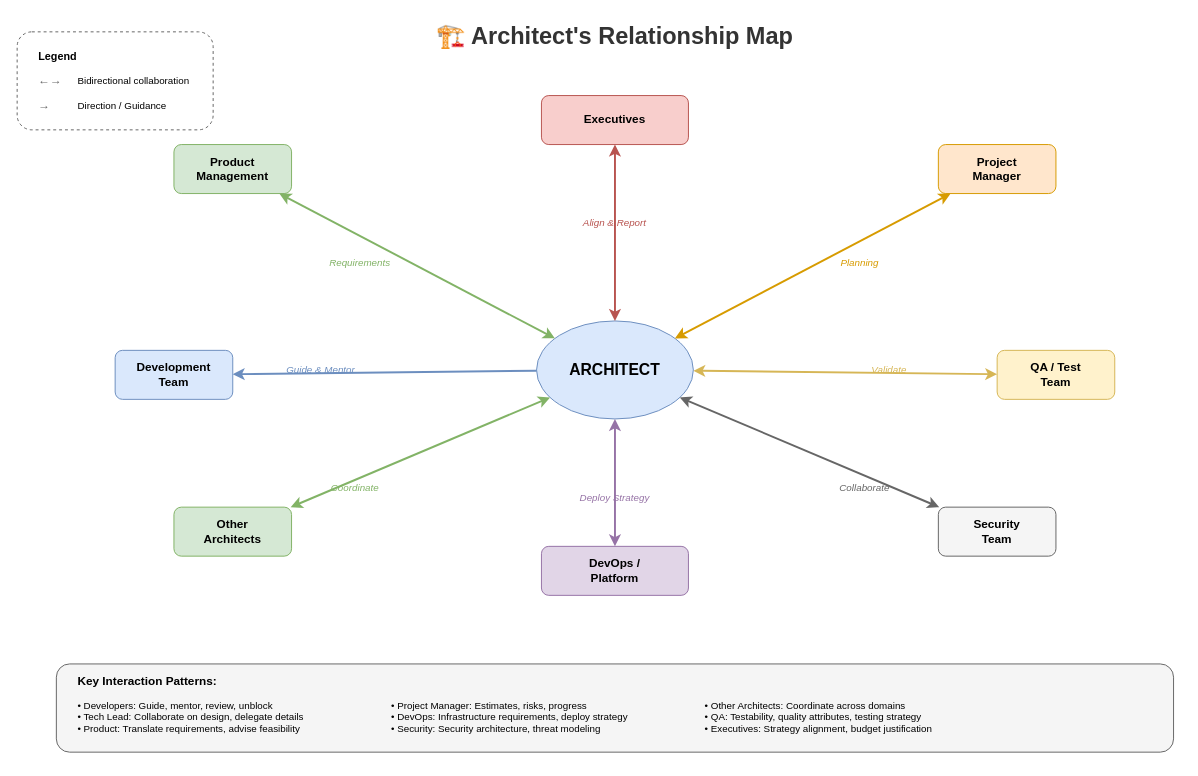
Above: lesson-00-software-architect-overview/02-organizational-positioning/2.5-relationship-map.drawio in MrParkerZ7/document-lesson-software-architect-x-claude (draw.io), before the change. Source tidied: cells renumbered, new cells numbered last; positions are measured from the earlier drawing's top-left corner, leaving out a move shared by most shapes. Both pictures are drawn from the tidied source at 98%, with x=0, y=0 at pixel (17, 17).
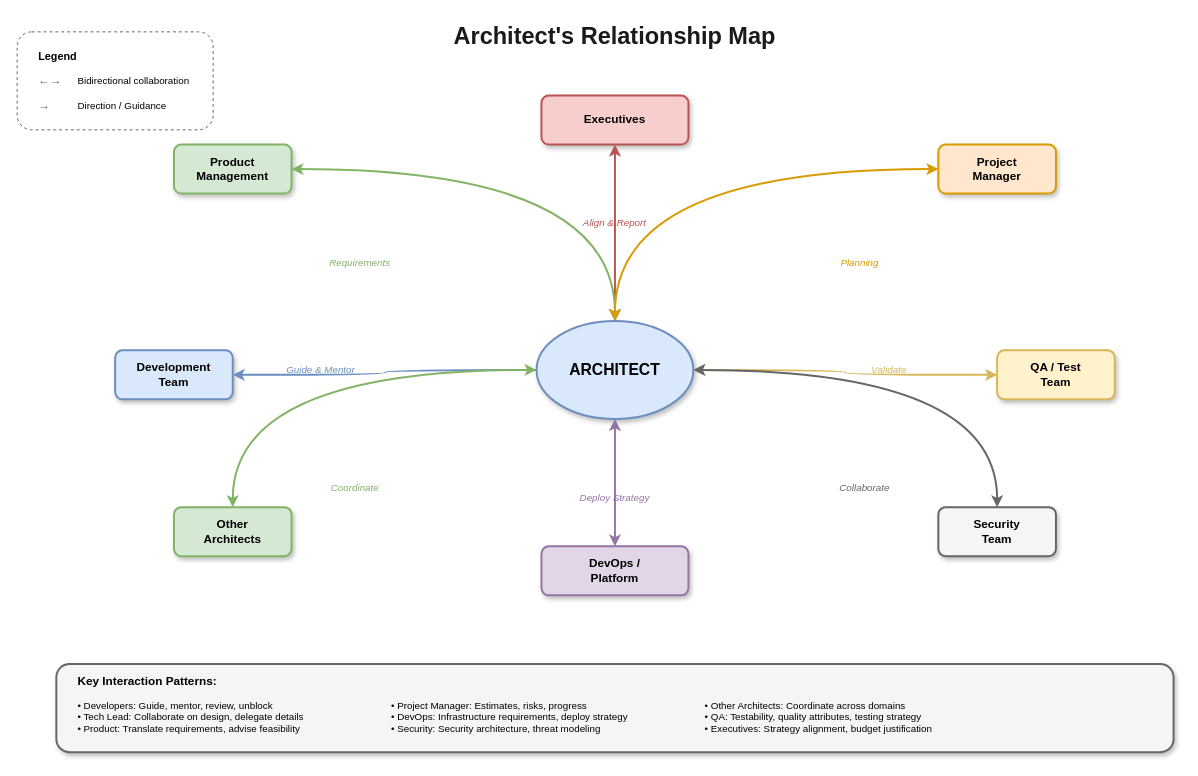
Above is the later version.

What changed in the source:
```diff
@@
-    <mxCell id="2" value="🏗️ Architect's Relationship Map" style="text;html=1;strokeColor=none;fillColor=none;align=center;verticalAlign=middle;whiteSpace=wrap;rounded=0;fontSize=24;fontStyle=1;fontColor=#333333;" parent="1" vertex="1">
+    <mxCell id="2" value="Architect's Relationship Map" style="text;html=1;strokeColor=none;fillColor=none;align=center;verticalAlign=middle;whiteSpace=wrap;rounded=0;fontSize=24;fontStyle=1;fontColor=#1a1a1a;" parent="1" vertex="1">
       <mxGeometry x="410" width="400" height="40" as="geometry" />
     </mxCell>
-    <mxCell id="3" value="ARCHITECT" style="ellipse;whiteSpace=wrap;html=1;fillColor=#dae8fc;strokeColor=#6c8ebf;fontSize=16;fontStyle=1;" parent="1" vertex="1">
+    <mxCell id="3" value="ARCHITECT" style="ellipse;whiteSpace=wrap;html=1;fillColor=#dae8fc;strokeColor=#6c8ebf;fontSize=16;fontStyle=1;shadow=1;strokeWidth=2;" parent="1" vertex="1">
       <mxGeometry x="530" y="310" width="160" height="100" as="geometry" />
     </mxCell>
-    <mxCell id="4" value="Executives" style="rounded=1;whiteSpace=wrap;html=1;fillColor=#f8cecc;strokeColor=#b85450;fontSize=12;fontStyle=1;" parent="1" vertex="1">
+    <mxCell id="4" value="Executives" style="rounded=1;whiteSpace=wrap;html=1;fillColor=#f8cecc;strokeColor=#b85450;fontSize=12;fontStyle=1;shadow=1;strokeWidth=2;" parent="1" vertex="1">
       <mxGeometry x="535" y="80" width="150" height="50" as="geometry" />
     </mxCell>
@@
-    <mxCell id="6" style="edgeStyle=none;rounded=0;html=1;strokeColor=#b85450;strokeWidth=2;endArrow=classic;startArrow=classic;" parent="1" edge="1" source="4" target="3">
+    <mxCell id="6" style="edgeStyle=orthogonalEdgeStyle;curved=1;rounded=1;html=1;strokeColor=#b85450;strokeWidth=2;endArrow=classic;startArrow=classic;jumpStyle=arc;jumpSize=10;" parent="1" edge="1" source="4" target="3">
       <mxGeometry relative="1" as="geometry" />
     </mxCell>
-    <mxCell id="7" value="Product&#10;Management" style="rounded=1;whiteSpace=wrap;html=1;fillColor=#d5e8d4;strokeColor=#82b366;fontSize=12;fontStyle=1;" parent="1" vertex="1">
+    <mxCell id="7" value="Product&#10;Management" style="rounded=1;whiteSpace=wrap;html=1;fillColor=#d5e8d4;strokeColor=#82b366;fontSize=12;fontStyle=1;shadow=1;strokeWidth=2;" parent="1" vertex="1">
       <mxGeometry x="160" y="130" width="120" height="50" as="geometry" />
     </mxCell>
@@
-    <mxCell id="9" style="edgeStyle=none;rounded=0;html=1;strokeColor=#82b366;strokeWidth=2;endArrow=classic;startArrow=classic;" parent="1" edge="1" source="7" target="3">
+    <mxCell id="9" style="edgeStyle=orthogonalEdgeStyle;curved=1;rounded=1;html=1;strokeColor=#82b366;strokeWidth=2;endArrow=classic;startArrow=classic;jumpStyle=arc;jumpSize=10;" parent="1" edge="1" source="7" target="3">
       <mxGeometry relative="1" as="geometry" />
     </mxCell>
-    <mxCell id="10" value="Project&#10;Manager" style="rounded=1;whiteSpace=wrap;html=1;fillColor=#ffe6cc;strokeColor=#d79b00;fontSize=12;fontStyle=1;" parent="1" vertex="1">
+    <mxCell id="10" value="Project&#10;Manager" style="rounded=1;whiteSpace=wrap;html=1;fillColor=#ffe6cc;strokeColor=#d79b00;fontSize=12;fontStyle=1;shadow=1;strokeWidth=2;" parent="1" vertex="1">
       <mxGeometry x="940" y="130" width="120" height="50" as="geometry" />
     </mxCell>
@@
-    <mxCell id="12" style="edgeStyle=none;rounded=0;html=1;strokeColor=#d79b00;strokeWidth=2;endArrow=classic;startArrow=classic;" parent="1" edge="1" source="10" target="3">
+    <mxCell id="12" style="edgeStyle=orthogonalEdgeStyle;curved=1;rounded=1;html=1;strokeColor=#d79b00;strokeWidth=2;endArrow=classic;startArrow=classic;jumpStyle=arc;jumpSize=10;" parent="1" edge="1" source="10" target="3">
       <mxGeometry relative="1" as="geometry" />
     </mxCell>
-    <mxCell id="13" value="Development&#10;Team" style="rounded=1;whiteSpace=wrap;html=1;fillColor=#dae8fc;strokeColor=#6c8ebf;fontSize=12;fontStyle=1;" parent="1" vertex="1">
+    <mxCell id="13" value="Development&#10;Team" style="rounded=1;whiteSpace=wrap;html=1;fillColor=#dae8fc;strokeColor=#6c8ebf;fontSize=12;fontStyle=1;shadow=1;strokeWidth=2;" parent="1" vertex="1">
       <mxGeometry x="100" y="340" width="120" height="50" as="geometry" />
     </mxCell>
@@
-    <mxCell id="15" style="edgeStyle=none;rounded=0;html=1;strokeColor=#6c8ebf;strokeWidth=2;endArrow=classic;" parent="1" edge="1" source="3" target="13">
+    <mxCell id="15" style="edgeStyle=orthogonalEdgeStyle;curved=1;rounded=1;html=1;strokeColor=#6c8ebf;strokeWidth=2;endArrow=classic;jumpStyle=arc;jumpSize=10;" parent="1" edge="1" source="3" target="13">
       <mxGeometry relative="1" as="geometry" />
     </mxCell>
-    <mxCell id="16" value="DevOps /&#10;Platform" style="rounded=1;whiteSpace=wrap;html=1;fillColor=#e1d5e7;strokeColor=#9673a6;fontSize=12;fontStyle=1;" parent="1" vertex="1">
+    <mxCell id="16" value="DevOps /&#10;Platform" style="rounded=1;whiteSpace=wrap;html=1;fillColor=#e1d5e7;strokeColor=#9673a6;fontSize=12;fontStyle=1;shadow=1;strokeWidth=2;" parent="1" vertex="1">
       <mxGeometry x="535" y="540" width="150" height="50" as="geometry" />
     </mxCell>
@@
-    <mxCell id="18" style="edgeStyle=none;rounded=0;html=1;strokeColor=#9673a6;strokeWidth=2;endArrow=classic;startArrow=classic;" parent="1" edge="1" source="3" target="16">
+    <mxCell id="18" style="edgeStyle=orthogonalEdgeStyle;curved=1;rounded=1;html=1;strokeColor=#9673a6;strokeWidth=2;endArrow=classic;startArrow=classic;jumpStyle=arc;jumpSize=10;" parent="1" edge="1" source="3" target="16">
       <mxGeometry relative="1" as="geometry" />
     </mxCell>
-    <mxCell id="19" value="QA / Test&#10;Team" style="rounded=1;whiteSpace=wrap;html=1;fillColor=#fff2cc;strokeColor=#d6b656;fontSize=12;fontStyle=1;" parent="1" vertex="1">
+    <mxCell id="19" value="QA / Test&#10;Team" style="rounded=1;whiteSpace=wrap;html=1;fillColor=#fff2cc;strokeColor=#d6b656;fontSize=12;fontStyle=1;shadow=1;strokeWidth=2;" parent="1" vertex="1">
       <mxGeometry x="1000" y="340" width="120" height="50" as="geometry" />
     </mxCell>
@@
-    <mxCell id="21" style="edgeStyle=none;rounded=0;html=1;strokeColor=#d6b656;strokeWidth=2;endArrow=classic;startArrow=classic;" parent="1" edge="1" source="3" target="19">
+    <mxCell id="21" style="edgeStyle=orthogonalEdgeStyle;curved=1;rounded=1;html=1;strokeColor=#d6b656;strokeWidth=2;endArrow=classic;startArrow=classic;jumpStyle=arc;jumpSize=10;" parent="1" edge="1" source="3" target="19">
       <mxGeometry relative="1" as="geometry" />
     </mxCell>
-    <mxCell id="22" value="Other&#10;Architects" style="rounded=1;whiteSpace=wrap;html=1;fillColor=#d5e8d4;strokeColor=#82b366;fontSize=12;fontStyle=1;" parent="1" vertex="1">
+    <mxCell id="22" value="Other&#10;Architects" style="rounded=1;whiteSpace=wrap;html=1;fillColor=#d5e8d4;strokeColor=#82b366;fontSize=12;fontStyle=1;shadow=1;strokeWidth=2;" parent="1" vertex="1">
       <mxGeometry x="160" y="500" width="120" height="50" as="geometry" />
     </mxCell>
@@
-    <mxCell id="24" style="edgeStyle=none;rounded=0;html=1;strokeColor=#82b366;strokeWidth=2;endArrow=classic;startArrow=classic;" parent="1" edge="1" source="3" target="22">
+    <mxCell id="24" style="edgeStyle=orthogonalEdgeStyle;curved=1;rounded=1;html=1;strokeColor=#82b366;strokeWidth=2;endArrow=classic;startArrow=classic;jumpStyle=arc;jumpSize=10;" parent="1" edge="1" source="3" target="22">
       <mxGeometry relative="1" as="geometry" />
     </mxCell>
-    <mxCell id="25" value="Security&#10;Team" style="rounded=1;whiteSpace=wrap;html=1;fillColor=#f5f5f5;strokeColor=#666666;fontSize=12;fontStyle=1;" parent="1" vertex="1">
+    <mxCell id="25" value="Security&#10;Team" style="rounded=1;whiteSpace=wrap;html=1;fillColor=#f5f5f5;strokeColor=#666666;fontSize=12;fontStyle=1;shadow=1;strokeWidth=2;" parent="1" vertex="1">
       <mxGeometry x="940" y="500" width="120" height="50" as="geometry" />
     </mxCell>
@@
-    <mxCell id="27" style="edgeStyle=none;rounded=0;html=1;strokeColor=#666666;strokeWidth=2;endArrow=classic;startArrow=classic;" parent="1" edge="1" source="3" target="25">
+    <mxCell id="27" style="edgeStyle=orthogonalEdgeStyle;curved=1;rounded=1;html=1;strokeColor=#666666;strokeWidth=2;endArrow=classic;startArrow=classic;jumpStyle=arc;jumpSize=10;" parent="1" edge="1" source="3" target="25">
       <mxGeometry relative="1" as="geometry" />
     </mxCell>
@@
-    <mxCell id="34" style="rounded=1;whiteSpace=wrap;html=1;fillColor=#f5f5f5;strokeColor=#666666;strokeWidth=1;" parent="1" vertex="1">
+    <mxCell id="34" style="rounded=1;whiteSpace=wrap;html=1;fillColor=#f5f5f5;strokeColor=#666666;strokeWidth=2;shadow=1;" parent="1" vertex="1">
       <mxGeometry x="40" y="660" width="1140" height="90" as="geometry" />
     </mxCell>
```
